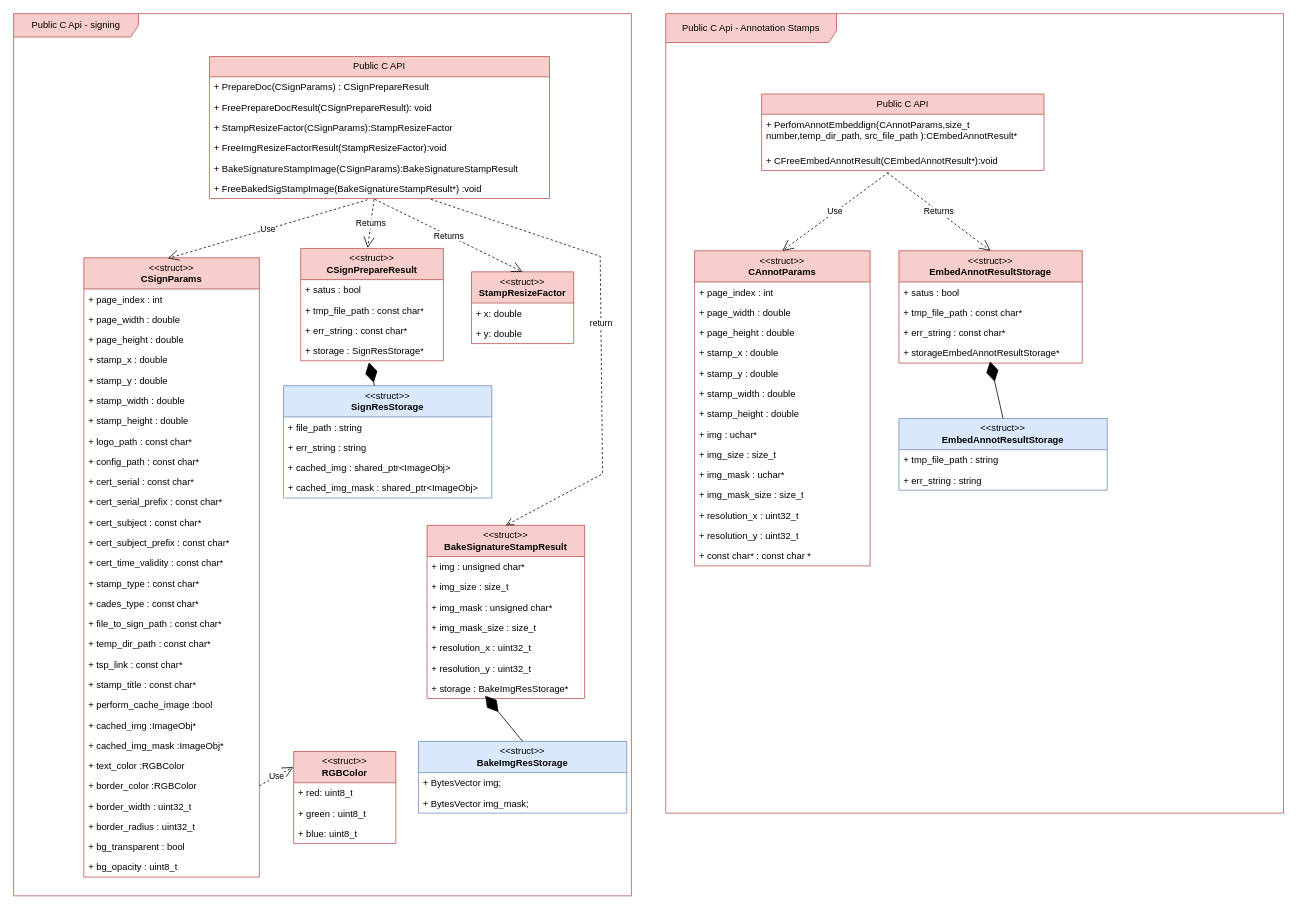
This is page "PDF Public API" (15 of 17) of basic_struct_draft.drawio from 3036662/pdf_scp, a draw.io file, before an edit. Source tidied: cells renumbered, new cells numbered last; positions are measured from the earlier drawing's top-left corner, leaving out a move shared by most shapes. Both pictures are drawn from the tidied source at 78%, with x=0, y=0 at pixel (13, 13).
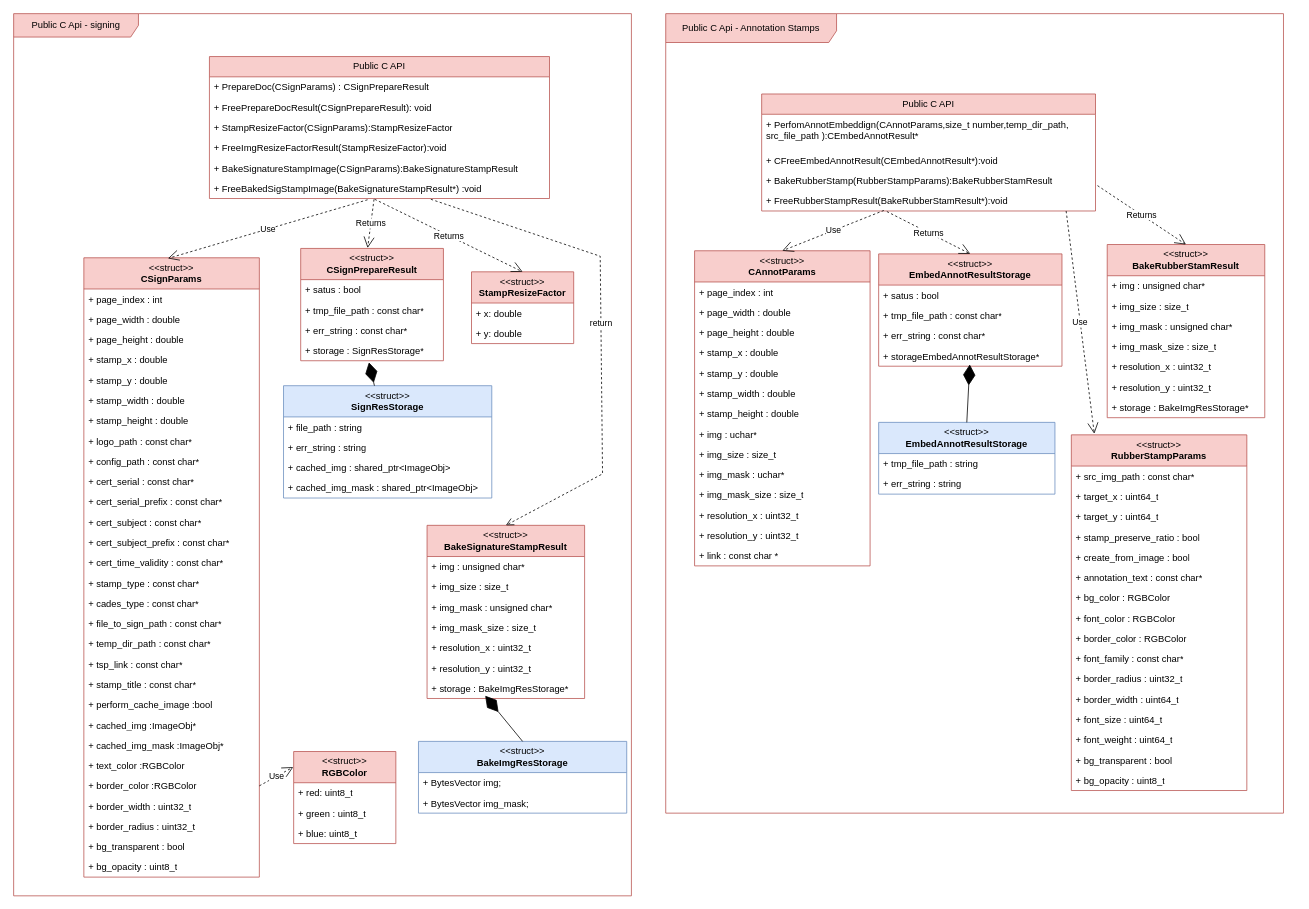
After the change.

Commit message (it also covers changes not shown here):
update the UML for the new public API

Unchanged cells that the change refers to:
```xml
<mxCell id="3" value="&lt;div&gt;&amp;lt;&amp;lt;struct&amp;gt;&amp;gt;&lt;b&gt;&lt;br&gt;&lt;/b&gt;&lt;/div&gt;&lt;div&gt;&lt;b&gt;CAnnotParams&lt;/b&gt;&lt;/div&gt;" style="swimlane;fontStyle=0;horizontal=1;startSize=40;fillColor=#f8cecc;whiteSpace=wrap;html=1;strokeColor=#b85450;" parent="2" vertex="1">
  <mxGeometry x="37" y="304" width="225" height="404" as="geometry" />
</mxCell>
```

Diff of the diagram source:
```diff
@@
     <mxCell id="2" style="group;" parent="1" vertex="1">
-      <mxGeometry x="836" width="792" height="1025" as="geometry" />
+      <mxGeometry x="836" width="807" height="1025" as="geometry" />
     </mxCell>
@@
-    <mxCell id="17" value="+ const char* : const char *" style="text;strokeColor=none;fillColor=none;align=left;verticalAlign=top;spacingLeft=4;spacingRight=4;overflow=hidden;whiteSpace=wrap;html=1;" parent="3" vertex="1">
+    <mxCell id="17" value="+ link : const char *" style="text;strokeColor=none;fillColor=none;align=left;verticalAlign=top;spacingLeft=4;spacingRight=4;overflow=hidden;whiteSpace=wrap;html=1;" parent="3" vertex="1">
       <mxGeometry y="378" width="225" height="26" as="geometry" />
     </mxCell>
     <mxCell id="18" value="&lt;div&gt;&amp;lt;&amp;lt;struct&amp;gt;&amp;gt;&lt;b&gt;&lt;br&gt;&lt;/b&gt;&lt;/div&gt;&lt;div&gt;&lt;b&gt;EmbedAnnotResultStorage&lt;/b&gt;&lt;/div&gt;" style="swimlane;fontStyle=0;horizontal=1;startSize=40;fillColor=#f8cecc;whiteSpace=wrap;html=1;strokeColor=#b85450;" parent="2" vertex="1">
-      <mxGeometry x="299" y="304" width="235" height="144" as="geometry" />
+      <mxGeometry x="273" y="308" width="235" height="144" as="geometry" />
     </mxCell>
@@
     <mxCell id="23" value="&lt;div&gt;&amp;lt;&amp;lt;struct&amp;gt;&amp;gt;&lt;b&gt;&lt;br&gt;&lt;/b&gt;&lt;/div&gt;&lt;div&gt;&lt;b&gt;EmbedAnnotResultStorage&lt;/b&gt;&lt;/div&gt;" style="swimlane;fontStyle=0;horizontal=1;startSize=40;fillColor=#dae8fc;whiteSpace=wrap;html=1;strokeColor=#6c8ebf;" parent="2" vertex="1">
-      <mxGeometry x="299" y="519" width="267" height="92" as="geometry" />
+      <mxGeometry x="273" y="524" width="226" height="92" as="geometry" />
     </mxCell>
     <mxCell id="24" value="+ tmp_file_path : string" style="text;strokeColor=none;fillColor=none;align=left;verticalAlign=top;spacingLeft=4;spacingRight=4;overflow=hidden;whiteSpace=wrap;html=1;" parent="23" vertex="1">
-      <mxGeometry y="40" width="267" height="26" as="geometry" />
+      <mxGeometry y="40" width="226" height="26" as="geometry" />
     </mxCell>
     <mxCell id="25" value="+ err_string : string" style="text;strokeColor=none;fillColor=none;align=left;verticalAlign=top;spacingLeft=4;spacingRight=4;overflow=hidden;whiteSpace=wrap;html=1;" parent="23" vertex="1">
-      <mxGeometry y="66" width="267" height="26" as="geometry" />
+      <mxGeometry y="66" width="226" height="26" as="geometry" />
     </mxCell>
@@
     <mxCell id="27" value="Public C API" style="swimlane;fontStyle=0;horizontal=1;startSize=26;fillColor=#f8cecc;whiteSpace=wrap;html=1;strokeColor=#b85450;" parent="2" vertex="1">
-      <mxGeometry x="123" y="103" width="362" height="98" as="geometry" />
+      <mxGeometry x="123" y="103" width="428" height="150" as="geometry" />
     </mxCell>
     <mxCell id="28" value="+ PerfomAnnotEmbeddign(CAnnotParams,size_t number,temp_dir_path, src_file_path ):CEmbedAnnotResult*" style="text;strokeColor=none;fillColor=none;align=left;verticalAlign=top;spacingLeft=4;spacingRight=4;overflow=hidden;whiteSpace=wrap;html=1;" parent="27" vertex="1">
-      <mxGeometry y="26" width="362" height="46" as="geometry" />
+      <mxGeometry y="26" width="428" height="46" as="geometry" />
     </mxCell>
     <mxCell id="29" value="+ CFreeEmbedAnnotResult(CEmbedAnnotResult*):void" style="text;strokeColor=none;fillColor=none;align=left;verticalAlign=top;spacingLeft=4;spacingRight=4;overflow=hidden;points=[[0,0.5],[1,0.5]];portConstraint=eastwest;whiteSpace=wrap;html=1;" parent="27" vertex="1">
-      <mxGeometry y="72" width="362" height="26" as="geometry" />
+      <mxGeometry y="72" width="428" height="26" as="geometry" />
     </mxCell>
+    <mxCell id="106" value="+ BakeRubberStamp(RubberStampParams):BakeRubberStamResult" style="text;strokeColor=none;fillColor=none;align=left;verticalAlign=top;spacingLeft=4;spacingRight=4;overflow=hidden;points=[[0,0.5],[1,0.5]];portConstraint=eastwest;whiteSpace=wrap;html=1;" parent="27" vertex="1">
+      <mxGeometry y="98" width="428" height="26" as="geometry" />
+    </mxCell>
+    <mxCell id="107" value="+ FreeRubberStampResult(BakeRubberStamResult*):void" style="text;strokeColor=none;fillColor=none;align=left;verticalAlign=top;spacingLeft=4;spacingRight=4;overflow=hidden;points=[[0,0.5],[1,0.5]];portConstraint=eastwest;whiteSpace=wrap;html=1;" parent="27" vertex="1">
+      <mxGeometry y="124" width="428" height="26" as="geometry" />
+    </mxCell>
-    <mxCell id="30" value="Returns" style="endArrow=open;endSize=12;dashed=1;html=1;rounded=0;exitX=0.445;exitY=1.115;exitDx=0;exitDy=0;exitPerimeter=0;entryX=0.5;entryY=0;entryDx=0;entryDy=0;" parent="2" edge="1" source="29" target="18">
+    <mxCell id="30" value="Returns" style="endArrow=open;endSize=12;dashed=1;html=1;rounded=0;entryX=0.5;entryY=0;entryDx=0;entryDy=0;exitX=0.375;exitY=1.027;exitDx=0;exitDy=0;exitPerimeter=0;" parent="2" edge="1" source="107" target="18">
       <mxGeometry relative="1" as="geometry" />
     </mxCell>
-    <mxCell id="31" value="Use" style="endArrow=open;endSize=12;dashed=1;html=1;rounded=0;exitX=0.449;exitY=1.096;exitDx=0;exitDy=0;exitPerimeter=0;entryX=0.5;entryY=0;entryDx=0;entryDy=0;" parent="2" edge="1" source="29" target="3">
+    <mxCell id="31" value="Use" style="endArrow=open;endSize=12;dashed=1;html=1;rounded=0;entryX=0.5;entryY=0;entryDx=0;entryDy=0;exitX=0.366;exitY=0.973;exitDx=0;exitDy=0;exitPerimeter=0;" parent="2" edge="1" source="107" target="3">
       <mxGeometry relative="1" as="geometry" />
     </mxCell>
@@
+    <mxCell id="108" value="&lt;div&gt;&amp;lt;&amp;lt;struct&amp;gt;&amp;gt;&lt;b&gt;&lt;br&gt;&lt;/b&gt;&lt;/div&gt;&lt;div&gt;&lt;b&gt;RubberStampParams&lt;/b&gt;&lt;/div&gt;" style="swimlane;fontStyle=0;horizontal=1;startSize=40;fillColor=#f8cecc;whiteSpace=wrap;html=1;strokeColor=#b85450;" parent="2" vertex="1">
+      <mxGeometry x="520" y="540" width="225" height="456" as="geometry" />
+    </mxCell>
+    <mxCell id="109" value="+ src_img_path : const char*" style="text;strokeColor=none;fillColor=none;align=left;verticalAlign=top;spacingLeft=4;spacingRight=4;overflow=hidden;whiteSpace=wrap;html=1;" parent="108" vertex="1">
+      <mxGeometry y="40" width="225" height="26" as="geometry" />
+    </mxCell>
+    <mxCell id="110" value="+ target_x : uint64_t" style="text;strokeColor=none;fillColor=none;align=left;verticalAlign=top;spacingLeft=4;spacingRight=4;overflow=hidden;whiteSpace=wrap;html=1;" parent="108" vertex="1">
+      <mxGeometry y="66" width="225" height="26" as="geometry" />
+    </mxCell>
+    <mxCell id="111" value="+ target_y : uint64_t" style="text;strokeColor=none;fillColor=none;align=left;verticalAlign=top;spacingLeft=4;spacingRight=4;overflow=hidden;whiteSpace=wrap;html=1;" parent="108" vertex="1">
+      <mxGeometry y="92" width="225" height="26" as="geometry" />
+    </mxCell>
+    <mxCell id="112" value="+ stamp_preserve_ratio : bool" style="text;strokeColor=none;fillColor=none;align=left;verticalAlign=top;spacingLeft=4;spacingRight=4;overflow=hidden;whiteSpace=wrap;html=1;" parent="108" vertex="1">
+      <mxGeometry y="118" width="225" height="26" as="geometry" />
+    </mxCell>
+    <mxCell id="113" value="+ create_from_image : bool" style="text;strokeColor=none;fillColor=none;align=left;verticalAlign=top;spacingLeft=4;spacingRight=4;overflow=hidden;whiteSpace=wrap;html=1;" parent="108" vertex="1">
+      <mxGeometry y="144" width="225" height="26" as="geometry" />
+    </mxCell>
+    <mxCell id="114" value="+ annotation_text : const char*" style="text;strokeColor=none;fillColor=none;align=left;verticalAlign=top;spacingLeft=4;spacingRight=4;overflow=hidden;whiteSpace=wrap;html=1;" parent="108" vertex="1">
+      <mxGeometry y="170" width="225" height="26" as="geometry" />
+    </mxCell>
+    <mxCell id="115" value="+ bg_color : RGBColor" style="text;strokeColor=none;fillColor=none;align=left;verticalAlign=top;spacingLeft=4;spacingRight=4;overflow=hidden;whiteSpace=wrap;html=1;" parent="108" vertex="1">
+      <mxGeometry y="196" width="225" height="26" as="geometry" />
+    </mxCell>
+    <mxCell id="116" value="+ font_color : RGBColor" style="text;strokeColor=none;fillColor=none;align=left;verticalAlign=top;spacingLeft=4;spacingRight=4;overflow=hidden;whiteSpace=wrap;html=1;" parent="108" vertex="1">
+      <mxGeometry y="222" width="225" height="26" as="geometry" />
+    </mxCell>
+    <mxCell id="117" value="+ border_color : RGBColor" style="text;strokeColor=none;fillColor=none;align=left;verticalAlign=top;spacingLeft=4;spacingRight=4;overflow=hidden;whiteSpace=wrap;html=1;" parent="108" vertex="1">
+      <mxGeometry y="248" width="225" height="26" as="geometry" />
+    </mxCell>
+    <mxCell id="118" value="+ font_family : const char*" style="text;strokeColor=none;fillColor=none;align=left;verticalAlign=top;spacingLeft=4;spacingRight=4;overflow=hidden;whiteSpace=wrap;html=1;" parent="108" vertex="1">
+      <mxGeometry y="274" width="225" height="26" as="geometry" />
+    </mxCell>
+    <mxCell id="119" value="+ border_radius : uint32_t" style="text;strokeColor=none;fillColor=none;align=left;verticalAlign=top;spacingLeft=4;spacingRight=4;overflow=hidden;whiteSpace=wrap;html=1;" parent="108" vertex="1">
+      <mxGeometry y="300" width="225" height="26" as="geometry" />
+    </mxCell>
+    <mxCell id="120" value="+ border_width : uint64_t" style="text;strokeColor=none;fillColor=none;align=left;verticalAlign=top;spacingLeft=4;spacingRight=4;overflow=hidden;whiteSpace=wrap;html=1;" parent="108" vertex="1">
+      <mxGeometry y="326" width="225" height="26" as="geometry" />
+    </mxCell>
+    <mxCell id="121" value="+ font_size : uint64_t" style="text;strokeColor=none;fillColor=none;align=left;verticalAlign=top;spacingLeft=4;spacingRight=4;overflow=hidden;whiteSpace=wrap;html=1;" parent="108" vertex="1">
+      <mxGeometry y="352" width="225" height="26" as="geometry" />
+    </mxCell>
+    <mxCell id="122" value="+ font_weight : uint64_t" style="text;strokeColor=none;fillColor=none;align=left;verticalAlign=top;spacingLeft=4;spacingRight=4;overflow=hidden;whiteSpace=wrap;html=1;" parent="108" vertex="1">
+      <mxGeometry y="378" width="225" height="26" as="geometry" />
+    </mxCell>
+    <mxCell id="123" value="+ bg_transparent : bool" style="text;strokeColor=none;fillColor=none;align=left;verticalAlign=top;spacingLeft=4;spacingRight=4;overflow=hidden;whiteSpace=wrap;html=1;" parent="108" vertex="1">
+      <mxGeometry y="404" width="225" height="26" as="geometry" />
+    </mxCell>
+    <mxCell id="124" value="+ bg_opacity : uint8_t" style="text;strokeColor=none;fillColor=none;align=left;verticalAlign=top;spacingLeft=4;spacingRight=4;overflow=hidden;whiteSpace=wrap;html=1;" parent="108" vertex="1">
+      <mxGeometry y="430" width="225" height="26" as="geometry" />
+    </mxCell>
+    <mxCell id="125" value="&lt;div&gt;&amp;lt;&amp;lt;struct&amp;gt;&amp;gt;&lt;b&gt;&lt;br&gt;&lt;/b&gt;&lt;/div&gt;&lt;div&gt;&lt;b&gt;BakeRubberStamResult&lt;/b&gt;&lt;/div&gt;" style="swimlane;fontStyle=0;horizontal=1;startSize=40;fillColor=#f8cecc;whiteSpace=wrap;html=1;strokeColor=#b85450;" parent="2" vertex="1">
+      <mxGeometry x="566" y="296" width="202" height="222" as="geometry" />
+    </mxCell>
+    <mxCell id="126" value="+ img : unsigned char* " style="text;strokeColor=none;fillColor=none;align=left;verticalAlign=top;spacingLeft=4;spacingRight=4;overflow=hidden;whiteSpace=wrap;html=1;" parent="125" vertex="1">
+      <mxGeometry y="40" width="202" height="26" as="geometry" />
+    </mxCell>
+    <mxCell id="127" value="+ img_size : size_t" style="text;strokeColor=none;fillColor=none;align=left;verticalAlign=top;spacingLeft=4;spacingRight=4;overflow=hidden;whiteSpace=wrap;html=1;" parent="125" vertex="1">
+      <mxGeometry y="66" width="202" height="26" as="geometry" />
+    </mxCell>
+    <mxCell id="128" value="+ img_mask : unsigned char* " style="text;strokeColor=none;fillColor=none;align=left;verticalAlign=top;spacingLeft=4;spacingRight=4;overflow=hidden;whiteSpace=wrap;html=1;" parent="125" vertex="1">
+      <mxGeometry y="92" width="202" height="26" as="geometry" />
+    </mxCell>
+    <mxCell id="129" value="+ img_mask_size : size_t" style="text;strokeColor=none;fillColor=none;align=left;verticalAlign=top;spacingLeft=4;spacingRight=4;overflow=hidden;whiteSpace=wrap;html=1;" parent="125" vertex="1">
+      <mxGeometry y="118" width="202" height="26" as="geometry" />
+    </mxCell>
+    <mxCell id="130" value="+ resolution_x : uint32_t" style="text;strokeColor=none;fillColor=none;align=left;verticalAlign=top;spacingLeft=4;spacingRight=4;overflow=hidden;whiteSpace=wrap;html=1;" parent="125" vertex="1">
+      <mxGeometry y="144" width="202" height="26" as="geometry" />
+    </mxCell>
+    <mxCell id="131" value="+ resolution_y : uint32_t" style="text;strokeColor=none;fillColor=none;align=left;verticalAlign=top;spacingLeft=4;spacingRight=4;overflow=hidden;whiteSpace=wrap;html=1;" parent="125" vertex="1">
+      <mxGeometry y="170" width="202" height="26" as="geometry" />
+    </mxCell>
+    <mxCell id="132" value="+ storage : BakeImgResStorage*" style="text;strokeColor=none;fillColor=none;align=left;verticalAlign=top;spacingLeft=4;spacingRight=4;overflow=hidden;whiteSpace=wrap;html=1;" parent="125" vertex="1">
+      <mxGeometry y="196" width="202" height="26" as="geometry" />
+    </mxCell>
+    <mxCell id="133" value="Use" style="endArrow=open;endSize=12;dashed=1;html=1;rounded=0;exitX=0.912;exitY=1;exitDx=0;exitDy=0;exitPerimeter=0;entryX=0.131;entryY=-0.003;entryDx=0;entryDy=0;entryPerimeter=0;" parent="2" edge="1" source="107" target="108">
+      <mxGeometry relative="1" as="geometry" />
+    </mxCell>
+    <mxCell id="134" value="Returns" style="endArrow=open;endSize=12;dashed=1;html=1;rounded=0;entryX=0.5;entryY=0;entryDx=0;entryDy=0;exitX=1.006;exitY=0.75;exitDx=0;exitDy=0;exitPerimeter=0;" parent="2" edge="1" source="106" target="125">
+      <mxGeometry relative="1" as="geometry" />
+    </mxCell>
```
